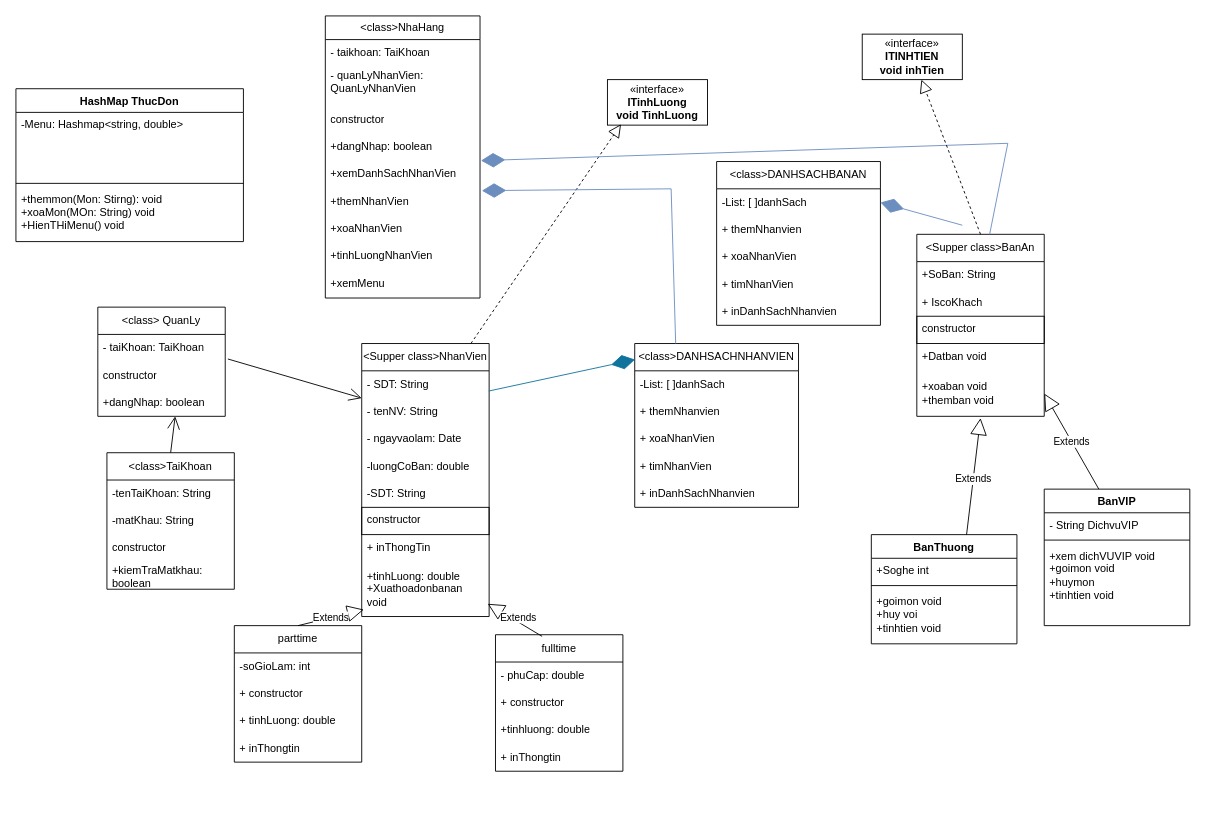
Above: Biểu đồ không có tiêu đề.drawio in NguyenMTue/Team_4 (draw.io), before the change. Source tidied: cells renumbered, new cells numbered last; positions are measured from the earlier drawing's top-left corner, leaving out a move shared by most shapes. Both pictures are drawn from the tidied source at 91%, with x=0, y=0 at pixel (15, 15).
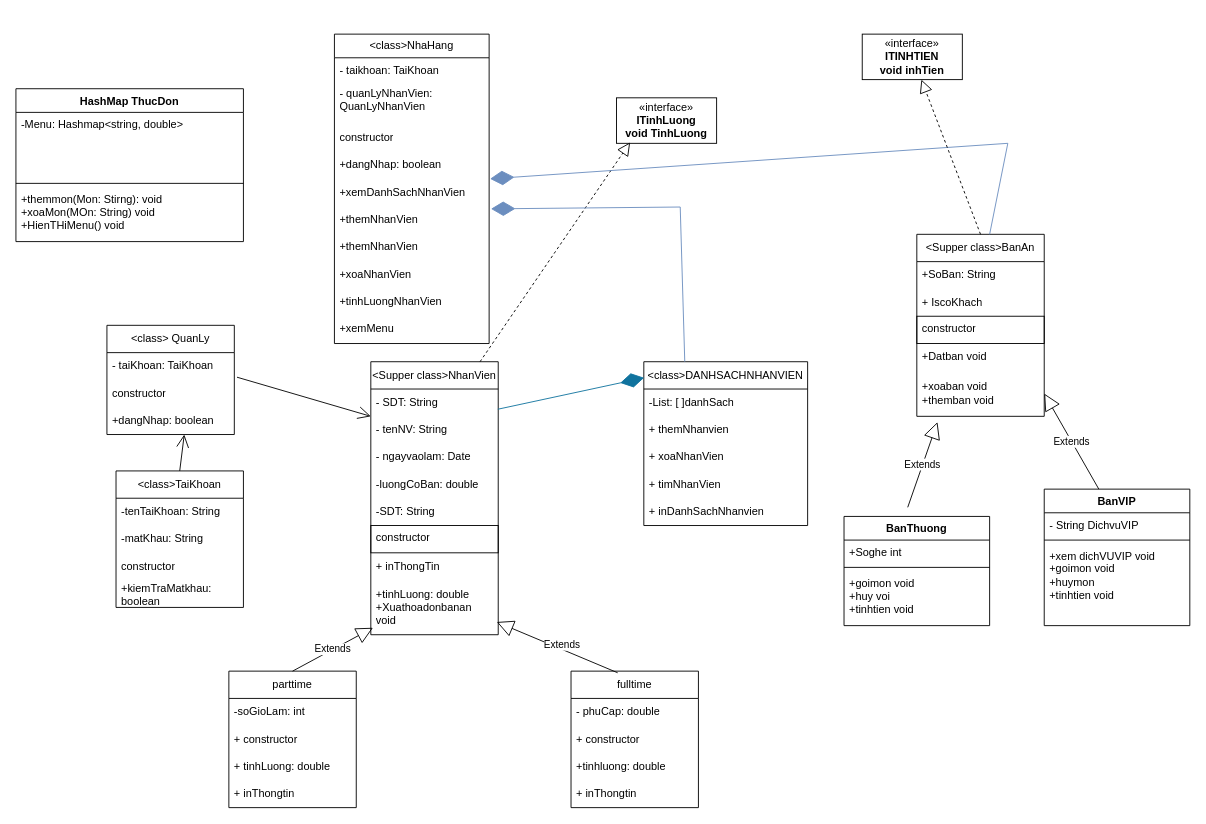
Above is the later version.

Unchanged cells that the change refers to:
```xml
<mxCell id="4" value="- SDT: String" style="text;strokeColor=none;fillColor=none;align=left;verticalAlign=middle;spacingLeft=4;spacingRight=4;overflow=hidden;points=[[0,0.5],[1,0.5]];portConstraint=eastwest;whiteSpace=wrap;html=1;" parent="3" vertex="1">
  <mxGeometry y="30" width="140" height="30" as="geometry" />
</mxCell>
<mxCell id="12" value="+tinhLuong: double&lt;div&gt;+Xuathoadonbanan void&lt;/div&gt;" style="text;strokeColor=none;fillColor=none;align=left;verticalAlign=middle;spacingLeft=4;spacingRight=4;overflow=hidden;points=[[0,0.5],[1,0.5]];portConstraint=eastwest;whiteSpace=wrap;html=1;" parent="3" vertex="1">
  <mxGeometry y="240" width="140" height="60" as="geometry" />
</mxCell>
<mxCell id="31" value="constructor" style="text;strokeColor=none;fillColor=none;align=left;verticalAlign=middle;spacingLeft=4;spacingRight=4;overflow=hidden;points=[[0,0.5],[1,0.5]];portConstraint=eastwest;whiteSpace=wrap;html=1;" parent="29" vertex="1">
  <mxGeometry y="60" width="140" height="30" as="geometry" />
</mxCell>
<mxCell id="32" value="+dangNhap: boolean" style="text;strokeColor=none;fillColor=none;align=left;verticalAlign=middle;spacingLeft=4;spacingRight=4;overflow=hidden;points=[[0,0.5],[1,0.5]];portConstraint=eastwest;whiteSpace=wrap;html=1;" parent="29" vertex="1">
  <mxGeometry y="90" width="140" height="30" as="geometry" />
</mxCell>
<mxCell id="46" value="+xemDanhSachNhanVien" style="text;strokeColor=none;fillColor=none;align=left;verticalAlign=top;spacingLeft=4;spacingRight=4;overflow=hidden;points=[[0,0.5],[1,0.5]];portConstraint=eastwest;whiteSpace=wrap;html=1;" parent="41" vertex="1">
  <mxGeometry y="160" width="170" height="30" as="geometry" />
</mxCell>
<mxCell id="47" value="+themNhanVien" style="text;strokeColor=none;fillColor=none;align=left;verticalAlign=top;spacingLeft=4;spacingRight=4;overflow=hidden;points=[[0,0.5],[1,0.5]];portConstraint=eastwest;whiteSpace=wrap;html=1;" parent="41" vertex="1">
  <mxGeometry y="190" width="170" height="30" as="geometry" />
</mxCell>
<mxCell id="60" value="&amp;lt;Supper class&amp;gt;BanAn" style="swimlane;fontStyle=0;horizontal=1;startSize=30;whiteSpace=wrap;html=1;" parent="1" vertex="1">
  <mxGeometry x="990" y="240" width="140" height="200" as="geometry" />
</mxCell>
<mxCell id="65" value="+xoaban void&lt;div&gt;+themban void&lt;/div&gt;" style="text;strokeColor=none;fillColor=none;align=left;verticalAlign=middle;spacingLeft=4;spacingRight=4;overflow=hidden;points=[[0,0.5],[1,0.5]];portConstraint=eastwest;whiteSpace=wrap;html=1;" parent="60" vertex="1">
  <mxGeometry y="150" width="140" height="50" as="geometry" />
</mxCell>
<mxCell id="66" value="BanVIP" style="swimlane;fontStyle=1;align=center;verticalAlign=top;horizontal=1;startSize=26;whiteSpace=wrap;html=1;" parent="1" vertex="1">
  <mxGeometry x="1130" y="520" width="160" height="150" as="geometry" />
</mxCell>
```

Diff of the diagram source:
```diff
@@
-    <mxCell id="2" style="group;" parent="1" vertex="1">
-      <mxGeometry x="90" width="770" height="820" as="geometry" />
-    </mxCell>
+    <mxCell id="85" style="group;" parent="1" vertex="1">
+      <mxGeometry x="100" y="20" width="770" height="820" as="geometry" />
+    </mxCell>
-    <mxCell id="3" value="&amp;lt;Supper class&amp;gt;NhanVien" style="swimlane;fontStyle=0;horizontal=1;startSize=30;whiteSpace=wrap;html=1;" parent="2" vertex="1">
+    <mxCell id="3" value="&amp;lt;Supper class&amp;gt;NhanVien" style="swimlane;fontStyle=0;horizontal=1;startSize=30;whiteSpace=wrap;html=1;" parent="85" vertex="1">
       <mxGeometry x="290" y="360" width="140" height="300" as="geometry" />
     </mxCell>
@@
-    <mxCell id="6" style="endArrow=open;endFill=1;endSize=12;html=1;rounded=0;entryX=0.607;entryY=1;entryDx=0;entryDy=0;entryPerimeter=0;exitX=1.021;exitY=-0.1;exitDx=0;exitDy=0;exitPerimeter=0;" parent="3" edge="1" source="31">
-      <mxGeometry relative="1" as="geometry">
-        <mxPoint y="60" as="targetPoint" />
-      </mxGeometry>
-    </mxCell>
+    <mxCell id="86" style="endArrow=open;endFill=1;endSize=12;html=1;rounded=0;entryX=0.607;entryY=1;entryDx=0;entryDy=0;entryPerimeter=0;exitX=1.021;exitY=-0.1;exitDx=0;exitDy=0;exitPerimeter=0;" parent="3" edge="1" source="31">
+      <mxGeometry relative="1" as="geometry">
+        <mxPoint y="60" as="targetPoint" />
+      </mxGeometry>
+    </mxCell>
@@
-    <mxCell id="13" value="parttime" style="swimlane;fontStyle=0;horizontal=1;startSize=30;whiteSpace=wrap;html=1;" parent="2" vertex="1">
-      <mxGeometry x="150" y="670" width="140" height="150" as="geometry" />
+    <mxCell id="13" value="parttime" style="swimlane;fontStyle=0;horizontal=1;startSize=30;whiteSpace=wrap;html=1;" parent="85" vertex="1">
+      <mxGeometry x="134" y="700" width="140" height="150" as="geometry" />
     </mxCell>
@@
-    <mxCell id="15" value="+ constructor" style="text;strokeColor=none;fillColor=none;align=left;verticalAlign=middle;spacingLeft=4;spacingRight=4;overflow=hidden;whiteSpace=wrap;html=1;" parent="13" vertex="1">
-      <mxGeometry y="60" width="140" height="30" as="geometry" />
-    </mxCell>
+    <mxCell id="87" value="+ constructor" style="text;strokeColor=none;fillColor=none;align=left;verticalAlign=middle;spacingLeft=4;spacingRight=4;overflow=hidden;whiteSpace=wrap;html=1;" parent="13" vertex="1">
+      <mxGeometry y="60" width="140" height="30" as="geometry" />
+    </mxCell>
@@
-    <mxCell id="17" value="+ inThongtin" style="text;strokeColor=none;fillColor=none;align=left;verticalAlign=middle;spacingLeft=4;spacingRight=4;overflow=hidden;whiteSpace=wrap;html=1;" parent="13" vertex="1">
-      <mxGeometry y="120" width="140" height="30" as="geometry" />
-    </mxCell>
+    <mxCell id="88" value="+ inThongtin" style="text;strokeColor=none;fillColor=none;align=left;verticalAlign=middle;spacingLeft=4;spacingRight=4;overflow=hidden;whiteSpace=wrap;html=1;" parent="13" vertex="1">
+      <mxGeometry y="120" width="140" height="30" as="geometry" />
+    </mxCell>
-    <mxCell id="18" value="fulltime" style="swimlane;fontStyle=0;horizontal=1;startSize=30;whiteSpace=wrap;html=1;" parent="2" vertex="1">
-      <mxGeometry x="437" y="680" width="140" height="150" as="geometry" />
+    <mxCell id="18" value="fulltime" style="swimlane;fontStyle=0;horizontal=1;startSize=30;whiteSpace=wrap;html=1;" parent="85" vertex="1">
+      <mxGeometry x="510" y="700" width="140" height="150" as="geometry" />
     </mxCell>
@@
-    <mxCell id="20" value="+ constructor" style="text;strokeColor=none;fillColor=none;align=left;verticalAlign=middle;spacingLeft=4;spacingRight=4;overflow=hidden;whiteSpace=wrap;html=1;" parent="18" vertex="1">
-      <mxGeometry y="60" width="140" height="30" as="geometry" />
-    </mxCell>
+    <mxCell id="89" value="+ constructor" style="text;strokeColor=none;fillColor=none;align=left;verticalAlign=middle;spacingLeft=4;spacingRight=4;overflow=hidden;whiteSpace=wrap;html=1;" parent="18" vertex="1">
+      <mxGeometry y="60" width="140" height="30" as="geometry" />
+    </mxCell>
@@
-    <mxCell id="22" value="+ inThongtin" style="text;strokeColor=none;fillColor=none;align=left;verticalAlign=middle;spacingLeft=4;spacingRight=4;overflow=hidden;whiteSpace=wrap;html=1;" parent="18" vertex="1">
-      <mxGeometry y="120" width="140" height="30" as="geometry" />
-    </mxCell>
+    <mxCell id="90" value="+ inThongtin" style="text;strokeColor=none;fillColor=none;align=left;verticalAlign=middle;spacingLeft=4;spacingRight=4;overflow=hidden;whiteSpace=wrap;html=1;" parent="18" vertex="1">
+      <mxGeometry y="120" width="140" height="30" as="geometry" />
+    </mxCell>
-    <mxCell id="23" value="&amp;lt;class&amp;gt;DANHSACHNHANVIEN" style="swimlane;fontStyle=0;horizontal=1;startSize=30;whiteSpace=wrap;html=1;" parent="2" vertex="1">
+    <mxCell id="23" value="&amp;lt;class&amp;gt;DANHSACHNHANVIEN" style="swimlane;fontStyle=0;horizontal=1;startSize=30;whiteSpace=wrap;html=1;" parent="85" vertex="1">
       <mxGeometry x="590" y="360" width="180" height="180" as="geometry" />
     </mxCell>
-    <mxCell id="24" value="-List: [ ]danhSach" style="text;strokeColor=none;fillColor=none;align=left;verticalAlign=middle;spacingLeft=4;spacingRight=4;overflow=hidden;whiteSpace=wrap;html=1;" parent="23" vertex="1">
-      <mxGeometry y="30" width="180" height="30" as="geometry" />
-    </mxCell>
-    <mxCell id="25" value="+ themNhanvien" style="text;strokeColor=none;fillColor=none;align=left;verticalAlign=middle;spacingLeft=4;spacingRight=4;overflow=hidden;whiteSpace=wrap;html=1;" parent="23" vertex="1">
-      <mxGeometry y="60" width="180" height="30" as="geometry" />
-    </mxCell>
-    <mxCell id="26" value="+ xoaNhanVien&lt;span style=&quot;white-space: pre;&quot;&gt;&#9;&lt;/span&gt;" style="text;strokeColor=none;fillColor=none;align=left;verticalAlign=middle;spacingLeft=4;spacingRight=4;overflow=hidden;whiteSpace=wrap;html=1;" parent="23" vertex="1">
-      <mxGeometry y="90" width="180" height="30" as="geometry" />
-    </mxCell>
-    <mxCell id="27" value="+ timNhanVien" style="text;strokeColor=none;fillColor=none;align=left;verticalAlign=middle;spacingLeft=4;spacingRight=4;overflow=hidden;whiteSpace=wrap;html=1;" parent="23" vertex="1">
-      <mxGeometry y="120" width="180" height="30" as="geometry" />
-    </mxCell>
-    <mxCell id="28" value="+ inDanhSachNhanvien" style="text;strokeColor=none;fillColor=none;align=left;verticalAlign=middle;spacingLeft=4;spacingRight=4;overflow=hidden;whiteSpace=wrap;html=1;" parent="23" vertex="1">
-      <mxGeometry y="150" width="180" height="30" as="geometry" />
-    </mxCell>
+    <mxCell id="91" value="-List: [ ]danhSach" style="text;strokeColor=none;fillColor=none;align=left;verticalAlign=middle;spacingLeft=4;spacingRight=4;overflow=hidden;whiteSpace=wrap;html=1;" parent="23" vertex="1">
+      <mxGeometry y="30" width="180" height="30" as="geometry" />
+    </mxCell>
+    <mxCell id="92" value="+ themNhanvien" style="text;strokeColor=none;fillColor=none;align=left;verticalAlign=middle;spacingLeft=4;spacingRight=4;overflow=hidden;whiteSpace=wrap;html=1;" parent="23" vertex="1">
+      <mxGeometry y="60" width="180" height="30" as="geometry" />
+    </mxCell>
+    <mxCell id="93" value="+ xoaNhanVien&lt;span style=&quot;white-space: pre;&quot;&gt;&#9;&lt;/span&gt;" style="text;strokeColor=none;fillColor=none;align=left;verticalAlign=middle;spacingLeft=4;spacingRight=4;overflow=hidden;whiteSpace=wrap;html=1;" parent="23" vertex="1">
+      <mxGeometry y="90" width="180" height="30" as="geometry" />
+    </mxCell>
+    <mxCell id="94" value="+ timNhanVien" style="text;strokeColor=none;fillColor=none;align=left;verticalAlign=middle;spacingLeft=4;spacingRight=4;overflow=hidden;whiteSpace=wrap;html=1;" parent="23" vertex="1">
+      <mxGeometry y="120" width="180" height="30" as="geometry" />
+    </mxCell>
+    <mxCell id="95" value="+ inDanhSachNhanvien" style="text;strokeColor=none;fillColor=none;align=left;verticalAlign=middle;spacingLeft=4;spacingRight=4;overflow=hidden;whiteSpace=wrap;html=1;" parent="23" vertex="1">
+      <mxGeometry y="150" width="180" height="30" as="geometry" />
+    </mxCell>
-    <mxCell id="29" value="&amp;lt;class&amp;gt; QuanLy" style="swimlane;fontStyle=0;horizontal=1;startSize=30;whiteSpace=wrap;html=1;" parent="2" vertex="1">
+    <mxCell id="29" value="&amp;lt;class&amp;gt; QuanLy" style="swimlane;fontStyle=0;horizontal=1;startSize=30;whiteSpace=wrap;html=1;" parent="85" vertex="1">
       <mxGeometry y="320" width="140" height="120" as="geometry" />
     </mxCell>
@@
-    <mxCell id="33" value="&amp;lt;class&amp;gt;TaiKhoan" style="swimlane;fontStyle=0;horizontal=1;startSize=30;whiteSpace=wrap;html=1;" parent="2" vertex="1">
+    <mxCell id="33" value="&amp;lt;class&amp;gt;TaiKhoan" style="swimlane;fontStyle=0;horizontal=1;startSize=30;whiteSpace=wrap;html=1;" parent="85" vertex="1">
       <mxGeometry x="10" y="480" width="140" height="150" as="geometry" />
     </mxCell>
@@
-    <mxCell id="38" style="endArrow=diamondThin;endFill=1;endSize=24;html=1;rounded=0;exitX=0.997;exitY=0.74;exitDx=0;exitDy=0;entryX=0.002;entryY=0.098;entryDx=0;entryDy=0;entryPerimeter=0;exitPerimeter=0;fillColor=#b1ddf0;strokeColor=#10739e;" parent="2" edge="1" source="4" target="23">
+    <mxCell id="38" style="endArrow=diamondThin;endFill=1;endSize=24;html=1;rounded=0;exitX=0.997;exitY=0.74;exitDx=0;exitDy=0;entryX=0.002;entryY=0.098;entryDx=0;entryDy=0;entryPerimeter=0;exitPerimeter=0;fillColor=#b1ddf0;strokeColor=#10739e;" parent="85" edge="1" source="4" target="23">
       <mxGeometry relative="1" as="geometry" />
     </mxCell>
-    <mxCell id="39" value="Extends" style="endArrow=block;endSize=16;endFill=0;html=1;rounded=0;entryX=0.017;entryY=0.873;entryDx=0;entryDy=0;entryPerimeter=0;exitX=0.5;exitY=0;exitDx=0;exitDy=0;" parent="2" edge="1" source="13" target="12">
+    <mxCell id="39" value="Extends" style="endArrow=block;endSize=16;endFill=0;html=1;rounded=0;entryX=0.017;entryY=0.873;entryDx=0;entryDy=0;entryPerimeter=0;exitX=0.5;exitY=0;exitDx=0;exitDy=0;" parent="85" edge="1" source="13" target="12">
       <mxGeometry relative="1" as="geometry" />
     </mxCell>
-    <mxCell id="40" value="Extends" style="endArrow=block;endSize=16;endFill=0;html=1;rounded=0;exitX=0.366;exitY=0.012;exitDx=0;exitDy=0;exitPerimeter=0;entryX=0.989;entryY=0.767;entryDx=0;entryDy=0;entryPerimeter=0;" parent="2" edge="1" source="18" target="12">
+    <mxCell id="40" value="Extends" style="endArrow=block;endSize=16;endFill=0;html=1;rounded=0;exitX=0.366;exitY=0.012;exitDx=0;exitDy=0;exitPerimeter=0;entryX=0.989;entryY=0.767;entryDx=0;entryDy=0;entryPerimeter=0;" parent="85" edge="1" source="18" target="12">
       <mxGeometry x="-0.05" y="-5" relative="1" as="geometry" />
     </mxCell>
-    <mxCell id="41" value="&amp;lt;class&amp;gt;NhaHang" style="swimlane;fontStyle=0;horizontal=1;startSize=26;fillColor=none;whiteSpace=wrap;html=1;" parent="2" vertex="1">
-      <mxGeometry x="250" width="170" height="310" as="geometry" />
+    <mxCell id="41" value="&amp;lt;class&amp;gt;NhaHang" style="swimlane;fontStyle=0;horizontal=1;startSize=26;fillColor=none;whiteSpace=wrap;html=1;" parent="85" vertex="1">
+      <mxGeometry x="250" width="170" height="340" as="geometry" />
     </mxCell>
@@
+    <mxCell id="96" value="+themNhanVien" style="text;strokeColor=none;fillColor=none;align=left;verticalAlign=top;spacingLeft=4;spacingRight=4;overflow=hidden;whiteSpace=wrap;html=1;" parent="41" vertex="1">
+      <mxGeometry y="220" width="170" height="30" as="geometry" />
+    </mxCell>
     <mxCell id="48" value="+xoaNhanVien" style="text;strokeColor=none;fillColor=none;align=left;verticalAlign=top;spacingLeft=4;spacingRight=4;overflow=hidden;whiteSpace=wrap;html=1;" parent="41" vertex="1">
-      <mxGeometry y="220" width="170" height="30" as="geometry" />
+      <mxGeometry y="250" width="170" height="30" as="geometry" />
     </mxCell>
     <mxCell id="49" value="+tinhLuongNhanVien" style="text;strokeColor=none;fillColor=none;align=left;verticalAlign=top;spacingLeft=4;spacingRight=4;overflow=hidden;whiteSpace=wrap;html=1;" parent="41" vertex="1">
-      <mxGeometry y="250" width="170" height="30" as="geometry" />
+      <mxGeometry y="280" width="170" height="30" as="geometry" />
     </mxCell>
     <mxCell id="50" value="+xemMenu" style="text;strokeColor=none;fillColor=none;align=left;verticalAlign=top;spacingLeft=4;spacingRight=4;overflow=hidden;whiteSpace=wrap;html=1;" parent="41" vertex="1">
-      <mxGeometry y="280" width="170" height="30" as="geometry" />
+      <mxGeometry y="310" width="170" height="30" as="geometry" />
     </mxCell>
-    <mxCell id="51" style="endArrow=open;endFill=1;endSize=12;html=1;rounded=0;entryX=0.607;entryY=1;entryDx=0;entryDy=0;entryPerimeter=0;exitX=0.5;exitY=0;exitDx=0;exitDy=0;" parent="2" edge="1" source="33" target="32">
+    <mxCell id="51" style="endArrow=open;endFill=1;endSize=12;html=1;rounded=0;entryX=0.607;entryY=1;entryDx=0;entryDy=0;entryPerimeter=0;exitX=0.5;exitY=0;exitDx=0;exitDy=0;" parent="85" edge="1" source="33" target="32">
       <mxGeometry relative="1" as="geometry" />
     </mxCell>
-    <mxCell id="52" value="«interface»&lt;br&gt;&lt;b&gt;ITinhLuong&lt;/b&gt;&lt;div&gt;&lt;b&gt;void TinhLuong&lt;/b&gt;&lt;/div&gt;" style="html=1;whiteSpace=wrap;" parent="2" vertex="1">
+    <mxCell id="52" value="«interface»&lt;br&gt;&lt;b&gt;ITinhLuong&lt;/b&gt;&lt;div&gt;&lt;b&gt;void TinhLuong&lt;/b&gt;&lt;/div&gt;" style="html=1;whiteSpace=wrap;" parent="85" vertex="1">
       <mxGeometry x="560" y="70" width="110" height="50" as="geometry" />
     </mxCell>
-    <mxCell id="53" style="endArrow=block;dashed=1;endFill=0;endSize=12;html=1;rounded=0;entryX=0.136;entryY=0.98;entryDx=0;entryDy=0;entryPerimeter=0;" parent="2" edge="1" target="52">
-      <mxGeometry relative="1" as="geometry">
-        <mxPoint x="410" y="360" as="sourcePoint" />
-      </mxGeometry>
-    </mxCell>
+    <mxCell id="97" style="endArrow=block;dashed=1;endFill=0;endSize=12;html=1;rounded=0;entryX=0.136;entryY=0.98;entryDx=0;entryDy=0;entryPerimeter=0;" parent="85" edge="1" target="52">
+      <mxGeometry relative="1" as="geometry">
+        <mxPoint x="410" y="360" as="sourcePoint" />
+      </mxGeometry>
+    </mxCell>
-    <mxCell id="54" style="endArrow=diamondThin;endFill=1;endSize=24;html=1;rounded=0;entryX=1.012;entryY=0.067;entryDx=0;entryDy=0;entryPerimeter=0;exitX=0.25;exitY=0;exitDx=0;exitDy=0;fillColor=#dae8fc;strokeColor=#6c8ebf;gradientColor=#7ea6e0;" parent="2" edge="1" source="23" target="47">
+    <mxCell id="54" style="endArrow=diamondThin;endFill=1;endSize=24;html=1;rounded=0;entryX=1.012;entryY=0.067;entryDx=0;entryDy=0;entryPerimeter=0;exitX=0.25;exitY=0;exitDx=0;exitDy=0;fillColor=#dae8fc;strokeColor=#6c8ebf;gradientColor=#7ea6e0;" parent="85" edge="1" source="23" target="47">
       <mxGeometry relative="1" as="geometry">
         <Array as="points">
           <mxPoint x="630" y="190" />
         </Array>
       </mxGeometry>
     </mxCell>
@@
-    <mxCell id="68" style="line;strokeWidth=1;fillColor=none;align=left;verticalAlign=middle;spacingTop=-1;spacingLeft=3;spacingRight=3;labelPosition=right;strokeColor=inherit;" parent="66" vertex="1">
-      <mxGeometry y="52" width="160" height="8" as="geometry" />
-    </mxCell>
+    <mxCell id="98" style="line;strokeWidth=1;fillColor=none;align=left;verticalAlign=middle;spacingTop=-1;spacingLeft=3;spacingRight=3;labelPosition=right;strokeColor=inherit;" parent="66" vertex="1">
+      <mxGeometry y="52" width="160" height="8" as="geometry" />
+    </mxCell>
@@
-    <mxCell id="70" value="Extends" style="endArrow=block;endSize=16;endFill=0;html=1;rounded=0;entryX=0.5;entryY=1.04;entryDx=0;entryDy=0;entryPerimeter=0;exitX=0.65;exitY=0.047;exitDx=0;exitDy=0;exitPerimeter=0;" parent="1" edge="1" source="73" target="65">
-      <mxGeometry relative="1" as="geometry" />
+    <mxCell id="70" value="Extends" style="endArrow=block;endSize=16;endFill=0;html=1;rounded=0;entryX=0.162;entryY=1.127;entryDx=0;entryDy=0;entryPerimeter=0;" parent="1" edge="1" target="65">
+      <mxGeometry relative="1" as="geometry">
+        <mxPoint x="980" y="540" as="sourcePoint" />
+      </mxGeometry>
     </mxCell>
@@
-    <mxCell id="72" style="endArrow=diamondThin;endFill=1;endSize=24;html=1;rounded=0;entryX=1.006;entryY=-0.033;entryDx=0;entryDy=0;entryPerimeter=0;fillColor=#dae8fc;gradientColor=#7ea6e0;strokeColor=#6c8ebf;" parent="1" edge="1" target="46">
-      <mxGeometry relative="1" as="geometry">
-        <mxPoint x="1070" y="240" as="sourcePoint" />
-        <Array as="points">
-          <mxPoint x="1090" y="140" />
-        </Array>
-      </mxGeometry>
-    </mxCell>
+    <mxCell id="99" style="endArrow=diamondThin;endFill=1;endSize=24;html=1;rounded=0;entryX=1.006;entryY=-0.033;entryDx=0;entryDy=0;entryPerimeter=0;fillColor=#dae8fc;gradientColor=#7ea6e0;strokeColor=#6c8ebf;" parent="1" edge="1" target="46">
+      <mxGeometry relative="1" as="geometry">
+        <mxPoint x="1070" y="240" as="sourcePoint" />
+        <Array as="points">
+          <mxPoint x="1090" y="140" />
+        </Array>
+      </mxGeometry>
+    </mxCell>
     <mxCell id="73" value="BanThuong" style="swimlane;fontStyle=1;align=center;verticalAlign=top;horizontal=1;startSize=26;whiteSpace=wrap;html=1;" parent="1" vertex="1">
-      <mxGeometry x="940" y="570" width="160" height="120" as="geometry" />
+      <mxGeometry x="910" y="550" width="160" height="120" as="geometry" />
     </mxCell>
@@
-    <mxCell id="75" style="line;strokeWidth=1;fillColor=none;align=left;verticalAlign=middle;spacingTop=-1;spacingLeft=3;spacingRight=3;labelPosition=right;strokeColor=inherit;" parent="73" vertex="1">
-      <mxGeometry y="52" width="160" height="8" as="geometry" />
-    </mxCell>
+    <mxCell id="100" style="line;strokeWidth=1;fillColor=none;align=left;verticalAlign=middle;spacingTop=-1;spacingLeft=3;spacingRight=3;labelPosition=right;strokeColor=inherit;" parent="73" vertex="1">
+      <mxGeometry y="52" width="160" height="8" as="geometry" />
+    </mxCell>
@@
-    <mxCell id="77" style="endArrow=block;dashed=1;endFill=0;endSize=12;html=1;rounded=0;entryX=0.136;entryY=0.98;entryDx=0;entryDy=0;entryPerimeter=0;exitX=0.5;exitY=0;exitDx=0;exitDy=0;" parent="1" edge="1" source="60">
-      <mxGeometry relative="1" as="geometry">
-        <mxPoint x="995" y="70" as="targetPoint" />
-      </mxGeometry>
-    </mxCell>
-    <mxCell id="78" value="&amp;lt;class&amp;gt;DANHSACHBANAN" style="swimlane;fontStyle=0;horizontal=1;startSize=30;whiteSpace=wrap;html=1;" parent="1" vertex="1">
-      <mxGeometry x="770" y="160" width="180" height="180" as="geometry" />
-    </mxCell>
-    <mxCell id="79" value="-List: [ ]danhSach" style="text;strokeColor=none;fillColor=none;align=left;verticalAlign=middle;spacingLeft=4;spacingRight=4;overflow=hidden;points=[[0,0.5],[1,0.5]];portConstraint=eastwest;whiteSpace=wrap;html=1;" parent="78" vertex="1">
-      <mxGeometry y="30" width="180" height="30" as="geometry" />
-    </mxCell>
-    <mxCell id="80" value="+ themNhanvien" style="text;strokeColor=none;fillColor=none;align=left;verticalAlign=middle;spacingLeft=4;spacingRight=4;overflow=hidden;whiteSpace=wrap;html=1;" parent="78" vertex="1">
-      <mxGeometry y="60" width="180" height="30" as="geometry" />
-    </mxCell>
-    <mxCell id="81" value="+ xoaNhanVien&lt;span style=&quot;white-space: pre;&quot;&gt;&#9;&lt;/span&gt;" style="text;strokeColor=none;fillColor=none;align=left;verticalAlign=middle;spacingLeft=4;spacingRight=4;overflow=hidden;whiteSpace=wrap;html=1;" parent="78" vertex="1">
-      <mxGeometry y="90" width="180" height="30" as="geometry" />
-    </mxCell>
-    <mxCell id="82" value="+ timNhanVien" style="text;strokeColor=none;fillColor=none;align=left;verticalAlign=middle;spacingLeft=4;spacingRight=4;overflow=hidden;whiteSpace=wrap;html=1;" parent="78" vertex="1">
-      <mxGeometry y="120" width="180" height="30" as="geometry" />
-    </mxCell>
-    <mxCell id="83" value="+ inDanhSachNhanvien" style="text;strokeColor=none;fillColor=none;align=left;verticalAlign=middle;spacingLeft=4;spacingRight=4;overflow=hidden;whiteSpace=wrap;html=1;" parent="78" vertex="1">
-      <mxGeometry y="150" width="180" height="30" as="geometry" />
-    </mxCell>
-    <mxCell id="84" style="endArrow=diamondThin;endFill=1;endSize=24;html=1;rounded=0;entryX=1;entryY=0.5;entryDx=0;entryDy=0;fillColor=#dae8fc;strokeColor=#6c8ebf;" parent="1" edge="1" target="79">
-      <mxGeometry relative="1" as="geometry">
-        <mxPoint x="1040" y="230" as="sourcePoint" />
-      </mxGeometry>
-    </mxCell>
+    <mxCell id="101" style="endArrow=block;dashed=1;endFill=0;endSize=12;html=1;rounded=0;entryX=0.136;entryY=0.98;entryDx=0;entryDy=0;entryPerimeter=0;exitX=0.5;exitY=0;exitDx=0;exitDy=0;" parent="1" edge="1" source="60">
+      <mxGeometry relative="1" as="geometry">
+        <mxPoint x="995" y="70" as="targetPoint" />
+      </mxGeometry>
+    </mxCell>
```
